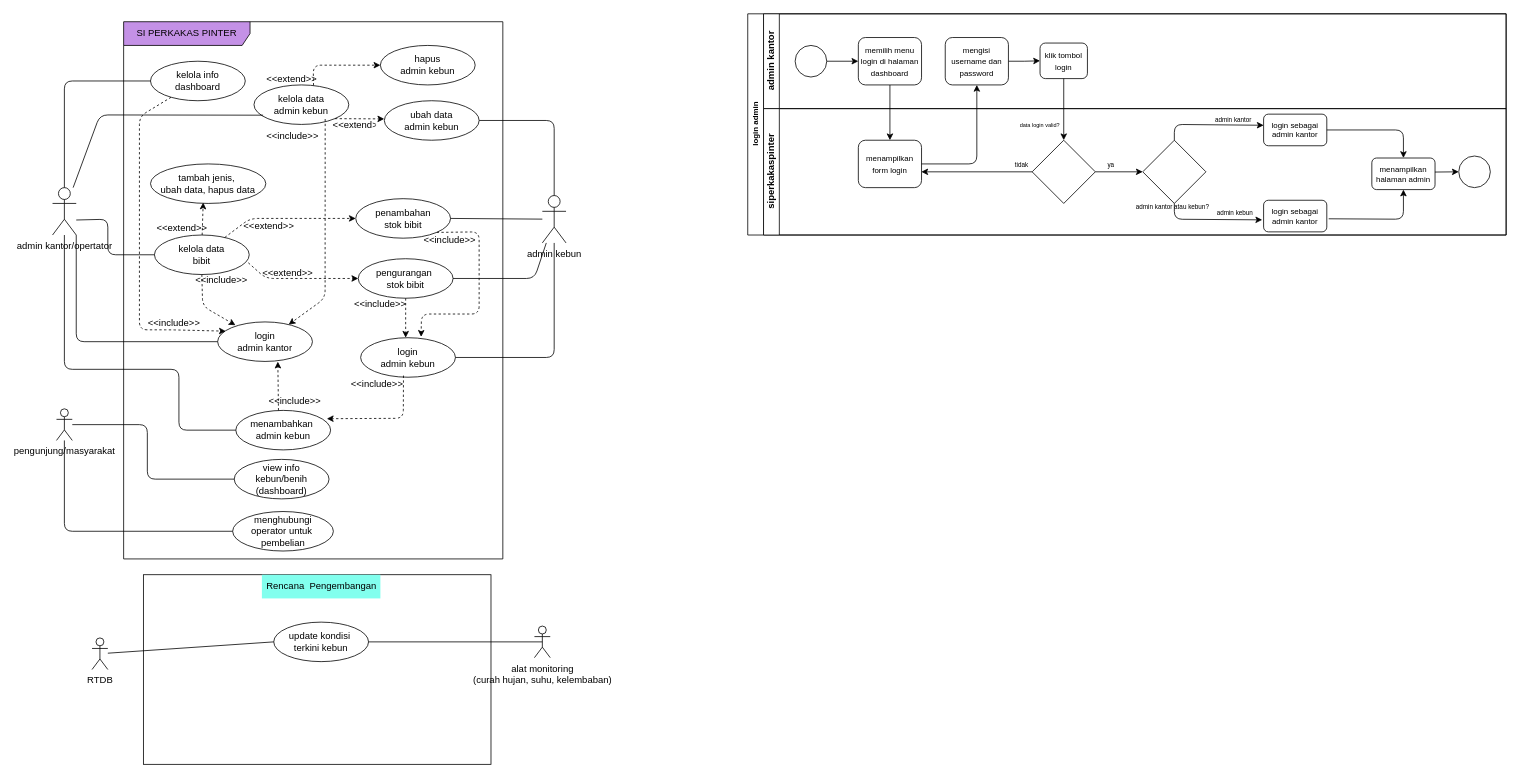
eenattayani/desain keeps this draw.io diagram as b. SI Perkakas Pinter Use Case Diagram.drawio. Above is the earlier version. Source tidied: cells renumbered, new cells numbered last; positions are measured from the earlier drawing's top-left corner, leaving out a move shared by most shapes. Both pictures are drawn from the tidied source at 79%, with x=0, y=0 at pixel (52, 13).
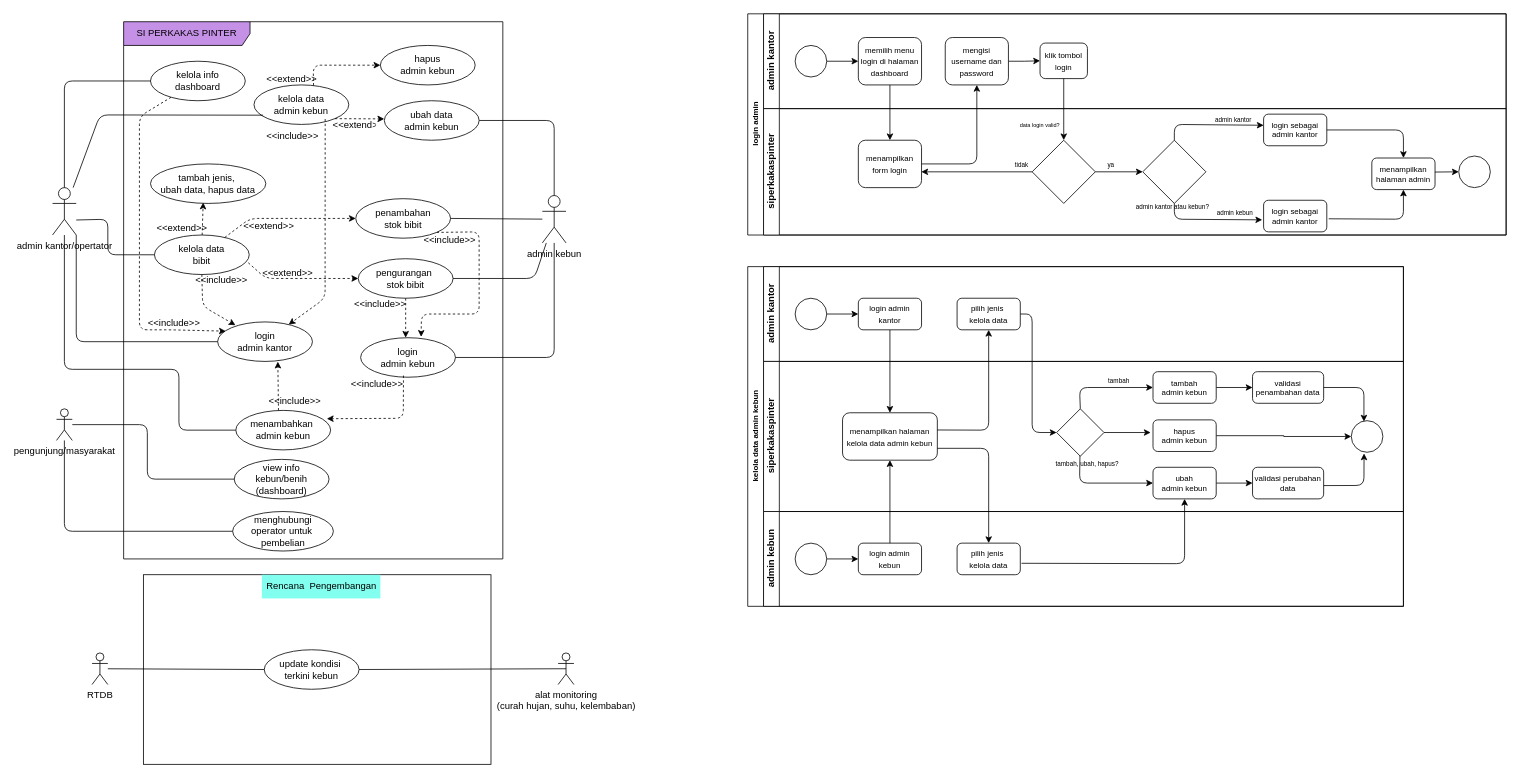
Above is the later version.

The edit, as a diff of the source:
```diff
@@
     <mxCell id="6" value="alat monitoring&lt;div&gt;(curah hujan, suhu, kelembaban)&lt;/div&gt;" style="shape=umlActor;verticalLabelPosition=bottom;verticalAlign=top;html=1;outlineConnect=0;" parent="1" vertex="1">
-      <mxGeometry x="610" y="775" width="20" height="40" as="geometry" />
+      <mxGeometry x="640" y="809" width="20" height="40" as="geometry" />
     </mxCell>
@@
     <mxCell id="26" value="update kondisi&amp;nbsp;&lt;div&gt;terkini kebun&lt;/div&gt;" style="ellipse;whiteSpace=wrap;html=1;" parent="1" vertex="1">
-      <mxGeometry x="280" y="770" width="120" height="50" as="geometry" />
+      <mxGeometry x="268" y="805" width="120" height="50" as="geometry" />
     </mxCell>
@@
     <mxCell id="59" value="RTDB" style="shape=umlActor;verticalLabelPosition=bottom;verticalAlign=top;html=1;outlineConnect=0;" parent="1" vertex="1">
-      <mxGeometry x="50" y="790" width="20" height="40" as="geometry" />
+      <mxGeometry x="50" y="809" width="20" height="40" as="geometry" />
     </mxCell>
@@
+    <mxCell id="93" value="kelola data admin kebun" style="swimlane;html=1;horizontal=0;startSize=20;fontSize=10;" parent="1" vertex="1">
+      <mxGeometry x="880" y="320" width="830" height="430" as="geometry" />
+    </mxCell>
+    <mxCell id="94" style="edgeStyle=orthogonalEdgeStyle;rounded=0;jettySize=auto;html=1;endArrow=classic;endFill=1;" parent="93" edge="1" source="98" target="101">
+      <mxGeometry relative="1" as="geometry" />
+    </mxCell>
+    <mxCell id="95" value="admin kantor" style="swimlane;html=1;startSize=20;horizontal=0;" parent="93" vertex="1">
+      <mxGeometry x="20" width="810" height="120" as="geometry" />
+    </mxCell>
+    <mxCell id="96" style="edgeStyle=orthogonalEdgeStyle;rounded=0;jettySize=auto;html=1;" parent="95" edge="1" source="97" target="98">
+      <mxGeometry relative="1" as="geometry" />
+    </mxCell>
+    <mxCell id="97" style="ellipse;whiteSpace=wrap;html=1;" parent="95" vertex="1">
+      <mxGeometry x="40" y="40" width="40" height="40" as="geometry" />
+    </mxCell>
+    <mxCell id="98" value="&lt;font style=&quot;font-size: 10px;&quot;&gt;login admin kantor&lt;/font&gt;" style="rounded=1;whiteSpace=wrap;html=1;fontFamily=Helvetica;fontSize=12;fontColor=#000000;align=center;" parent="95" vertex="1">
+      <mxGeometry x="120" y="40" width="80" height="40" as="geometry" />
+    </mxCell>
+    <mxCell id="99" value="&lt;font style=&quot;font-size: 10px;&quot;&gt;pilih jenis&amp;nbsp;&lt;/font&gt;&lt;div&gt;&lt;font style=&quot;font-size: 10px;&quot;&gt;kelola data&lt;/font&gt;&lt;/div&gt;" style="rounded=1;whiteSpace=wrap;html=1;fontFamily=Helvetica;fontSize=12;fontColor=#000000;align=center;" parent="95" vertex="1">
+      <mxGeometry x="245" y="40" width="80" height="40" as="geometry" />
+    </mxCell>
+    <mxCell id="100" value="siperkakaspinter" style="swimlane;html=1;startSize=20;horizontal=0;" parent="93" vertex="1">
+      <mxGeometry x="20" y="120" width="810" height="190" as="geometry" />
+    </mxCell>
+    <mxCell id="101" value="&lt;font style=&quot;font-size: 10px;&quot;&gt;menampilkan halaman kelola data admin kebun&lt;/font&gt;" style="rounded=1;whiteSpace=wrap;html=1;fontFamily=Helvetica;fontSize=12;fontColor=#000000;align=center;" parent="100" vertex="1">
+      <mxGeometry x="100" y="65" width="120" height="60" as="geometry" />
+    </mxCell>
+    <mxCell id="102" style="ellipse;whiteSpace=wrap;html=1;" parent="100" vertex="1">
+      <mxGeometry x="744" y="75" width="40" height="40" as="geometry" />
+    </mxCell>
+    <mxCell id="103" value="&lt;font style=&quot;font-size: 8px;&quot;&gt;tambah&lt;/font&gt;" style="text;html=1;align=center;verticalAlign=middle;whiteSpace=wrap;rounded=0;fontSize=8;" parent="100" vertex="1">
+      <mxGeometry x="420" y="17" width="60" height="15" as="geometry" />
+    </mxCell>
+    <mxCell id="104" style="edgeStyle=orthogonalEdgeStyle;rounded=0;jettySize=auto;html=1;entryX=0;entryY=0.5;entryDx=0;entryDy=0;" parent="100" edge="1" source="105" target="115">
+      <mxGeometry relative="1" as="geometry" />
+    </mxCell>
+    <mxCell id="105" value="tambah&lt;div&gt;admin kebun&lt;/div&gt;" style="whiteSpace=wrap;html=1;fontColor=#000000;rounded=1;fontSize=10;" parent="100" vertex="1">
+      <mxGeometry x="493" y="13" width="80" height="40" as="geometry" />
+    </mxCell>
+    <mxCell id="106" style="endArrow=classic;html=1;rounded=1;exitX=0.5;exitY=0;exitDx=0;exitDy=0;curved=0;entryX=0;entryY=0.5;entryDx=0;entryDy=0;" parent="100" edge="1" source="107" target="105">
+      <mxGeometry relative="1" as="geometry">
+        <Array as="points">
+          <mxPoint x="400" y="33" />
+        </Array>
+      </mxGeometry>
+    </mxCell>
+    <mxCell id="107" style="rhombus;whiteSpace=wrap;html=1;fontColor=#000000;rounded=0;" parent="100" vertex="1">
+      <mxGeometry x="371" y="60" width="60" height="60" as="geometry" />
+    </mxCell>
+    <mxCell id="108" value="&lt;font style=&quot;font-size: 8px;&quot;&gt;tambah, ubah, hapus?&lt;/font&gt;" style="text;html=1;align=center;verticalAlign=middle;whiteSpace=wrap;rounded=0;fontSize=8;" parent="100" vertex="1">
+      <mxGeometry x="355" y="115" width="110" height="30" as="geometry" />
+    </mxCell>
+    <mxCell id="109" style="edgeStyle=orthogonalEdgeStyle;rounded=0;jettySize=auto;html=1;entryX=0;entryY=0.5;entryDx=0;entryDy=0;" parent="100" edge="1" source="110" target="102">
+      <mxGeometry relative="1" as="geometry" />
+    </mxCell>
+    <mxCell id="110" value="hapus&lt;div&gt;admin kebun&lt;/div&gt;" style="whiteSpace=wrap;html=1;fontColor=#000000;rounded=1;fontSize=10;" parent="100" vertex="1">
+      <mxGeometry x="493" y="74" width="80" height="40" as="geometry" />
+    </mxCell>
+    <mxCell id="111" style="edgeStyle=orthogonalEdgeStyle;rounded=0;jettySize=auto;html=1;entryX=0;entryY=0.5;entryDx=0;entryDy=0;" parent="100" edge="1" source="112" target="116">
+      <mxGeometry relative="1" as="geometry" />
+    </mxCell>
+    <mxCell id="112" value="ubah&lt;div&gt;admin kebun&lt;/div&gt;" style="whiteSpace=wrap;html=1;fontColor=#000000;rounded=1;fontSize=10;" parent="100" vertex="1">
+      <mxGeometry x="493" y="134" width="80" height="40" as="geometry" />
+    </mxCell>
+    <mxCell id="113" style="endArrow=classic;html=1;rounded=0;exitX=1;exitY=0.5;exitDx=0;exitDy=0;entryX=-0.037;entryY=0.4;entryDx=0;entryDy=0;entryPerimeter=0;" parent="100" edge="1" source="107" target="110">
+      <mxGeometry relative="1" as="geometry" />
+    </mxCell>
+    <mxCell id="114" style="endArrow=classic;html=1;rounded=1;curved=0;entryX=0;entryY=0.5;entryDx=0;entryDy=0;" parent="100" edge="1" source="107" target="112">
+      <mxGeometry relative="1" as="geometry">
+        <Array as="points">
+          <mxPoint x="400" y="154" />
+        </Array>
+      </mxGeometry>
+    </mxCell>
+    <mxCell id="115" value="validasi penambahan data" style="whiteSpace=wrap;html=1;fontColor=#000000;rounded=1;fontSize=10;" parent="100" vertex="1">
+      <mxGeometry x="619" y="13" width="90" height="40" as="geometry" />
+    </mxCell>
+    <mxCell id="116" value="validasi perubahan data" style="whiteSpace=wrap;html=1;fontColor=#000000;rounded=1;fontSize=10;" parent="100" vertex="1">
+      <mxGeometry x="619" y="134" width="90" height="40" as="geometry" />
+    </mxCell>
+    <mxCell id="117" style="endArrow=classic;html=1;rounded=1;exitX=1;exitY=0.5;exitDx=0;exitDy=0;curved=0;entryX=0.4;entryY=0.029;entryDx=0;entryDy=0;entryPerimeter=0;" parent="100" edge="1" source="115" target="102">
+      <mxGeometry relative="1" as="geometry">
+        <Array as="points">
+          <mxPoint x="760" y="33" />
+        </Array>
+      </mxGeometry>
+    </mxCell>
+    <mxCell id="118" style="endArrow=classic;html=1;rounded=1;exitX=1.001;exitY=0.579;exitDx=0;exitDy=0;curved=0;entryX=0.404;entryY=1.037;entryDx=0;entryDy=0;entryPerimeter=0;exitPerimeter=0;" parent="100" edge="1" source="116" target="102">
+      <mxGeometry relative="1" as="geometry">
+        <Array as="points">
+          <mxPoint x="760" y="157" />
+        </Array>
+      </mxGeometry>
+    </mxCell>
+    <mxCell id="119" value="admin kebun" style="swimlane;html=1;startSize=20;horizontal=0;" parent="93" vertex="1">
+      <mxGeometry x="20" y="310" width="810" height="120" as="geometry" />
+    </mxCell>
+    <mxCell id="120" style="edgeStyle=orthogonalEdgeStyle;rounded=0;jettySize=auto;html=1;" parent="119" edge="1" source="121" target="122">
+      <mxGeometry relative="1" as="geometry" />
+    </mxCell>
+    <mxCell id="121" style="ellipse;whiteSpace=wrap;html=1;" parent="119" vertex="1">
+      <mxGeometry x="40" y="40" width="40" height="40" as="geometry" />
+    </mxCell>
+    <mxCell id="122" value="&lt;font style=&quot;font-size: 10px;&quot;&gt;login admin kebun&lt;/font&gt;" style="rounded=1;whiteSpace=wrap;html=1;fontFamily=Helvetica;fontSize=12;fontColor=#000000;align=center;" parent="119" vertex="1">
+      <mxGeometry x="120" y="40" width="80" height="40" as="geometry" />
+    </mxCell>
+    <mxCell id="123" value="&lt;font style=&quot;font-size: 10px;&quot;&gt;pilih jenis&amp;nbsp;&lt;/font&gt;&lt;div&gt;&lt;font style=&quot;font-size: 10px;&quot;&gt;kelola data&lt;/font&gt;&lt;/div&gt;" style="rounded=1;whiteSpace=wrap;html=1;fontFamily=Helvetica;fontSize=12;fontColor=#000000;align=center;" parent="119" vertex="1">
+      <mxGeometry x="245" y="40" width="80" height="40" as="geometry" />
+    </mxCell>
+    <mxCell id="124" style="edgeStyle=orthogonalEdgeStyle;rounded=0;jettySize=auto;html=1;entryX=0.5;entryY=1;entryDx=0;entryDy=0;" parent="93" edge="1" source="122" target="101">
+      <mxGeometry relative="1" as="geometry" />
+    </mxCell>
+    <mxCell id="125" style="endArrow=classic;html=1;rounded=1;exitX=1;exitY=0.75;exitDx=0;exitDy=0;curved=0;entryX=0.5;entryY=0;entryDx=0;entryDy=0;" parent="93" edge="1" source="101" target="123">
+      <mxGeometry relative="1" as="geometry">
+        <Array as="points">
+          <mxPoint x="305" y="230" />
+        </Array>
+      </mxGeometry>
+    </mxCell>
+    <mxCell id="126" style="endArrow=classic;html=1;rounded=1;exitX=0.999;exitY=0.363;exitDx=0;exitDy=0;curved=0;entryX=0.5;entryY=1;entryDx=0;entryDy=0;exitPerimeter=0;" parent="93" edge="1" source="101" target="99">
+      <mxGeometry relative="1" as="geometry">
+        <Array as="points">
+          <mxPoint x="305" y="207" />
+        </Array>
+      </mxGeometry>
+    </mxCell>
+    <mxCell id="127" style="endArrow=classic;html=1;rounded=1;exitX=1;exitY=0.5;exitDx=0;exitDy=0;curved=0;entryX=0;entryY=0.5;entryDx=0;entryDy=0;" parent="93" edge="1" source="99" target="107">
+      <mxGeometry relative="1" as="geometry">
+        <Array as="points">
+          <mxPoint x="360" y="60" />
+          <mxPoint x="360" y="210" />
+        </Array>
+      </mxGeometry>
+    </mxCell>
+    <mxCell id="128" style="endArrow=classic;html=1;rounded=1;exitX=1.019;exitY=0.638;exitDx=0;exitDy=0;curved=0;entryX=0.5;entryY=1;entryDx=0;entryDy=0;exitPerimeter=0;" parent="93" edge="1" source="123" target="112">
+      <mxGeometry relative="1" as="geometry">
+        <Array as="points">
+          <mxPoint x="553" y="376" />
+        </Array>
+      </mxGeometry>
+    </mxCell>
```
